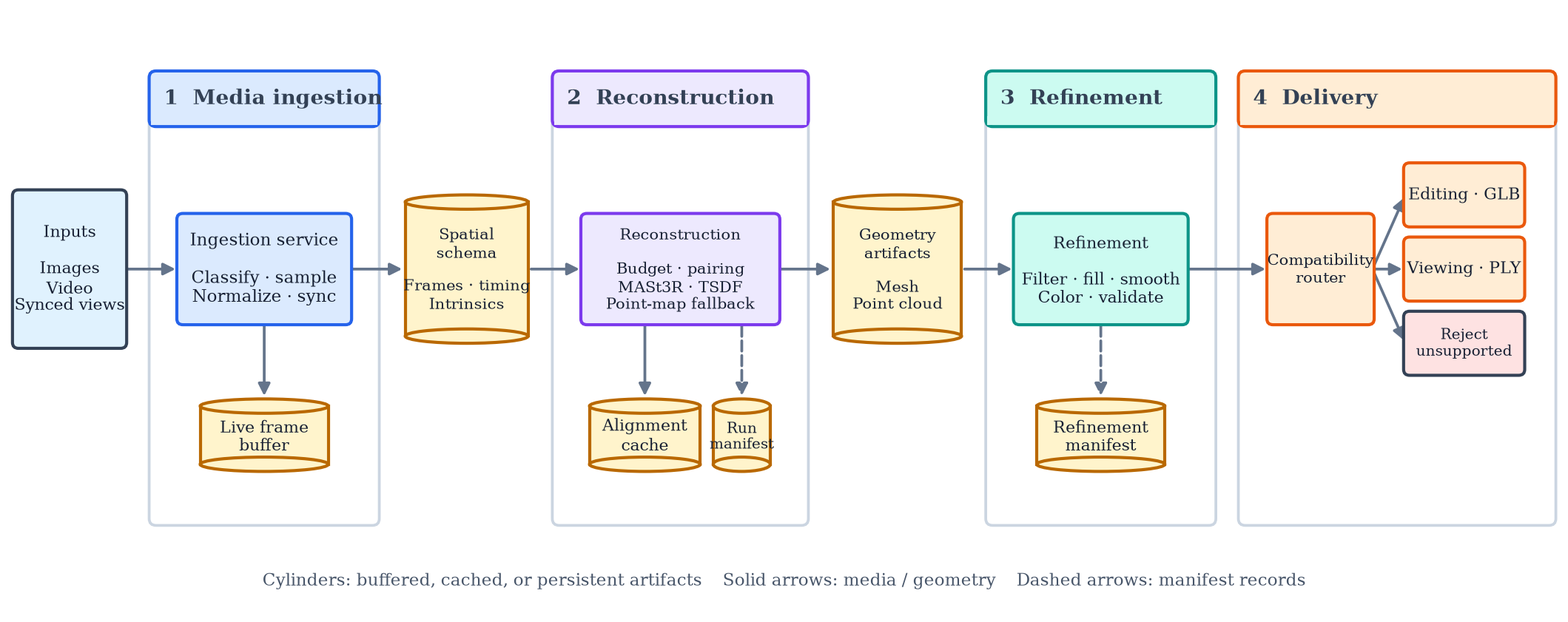
Earlier version of the Mermaid export paper/figures/fig1-overview.png (AyushK0808/z-shift). Its source is kept beside it as paper/diagrams/fig1-overview.mmd.
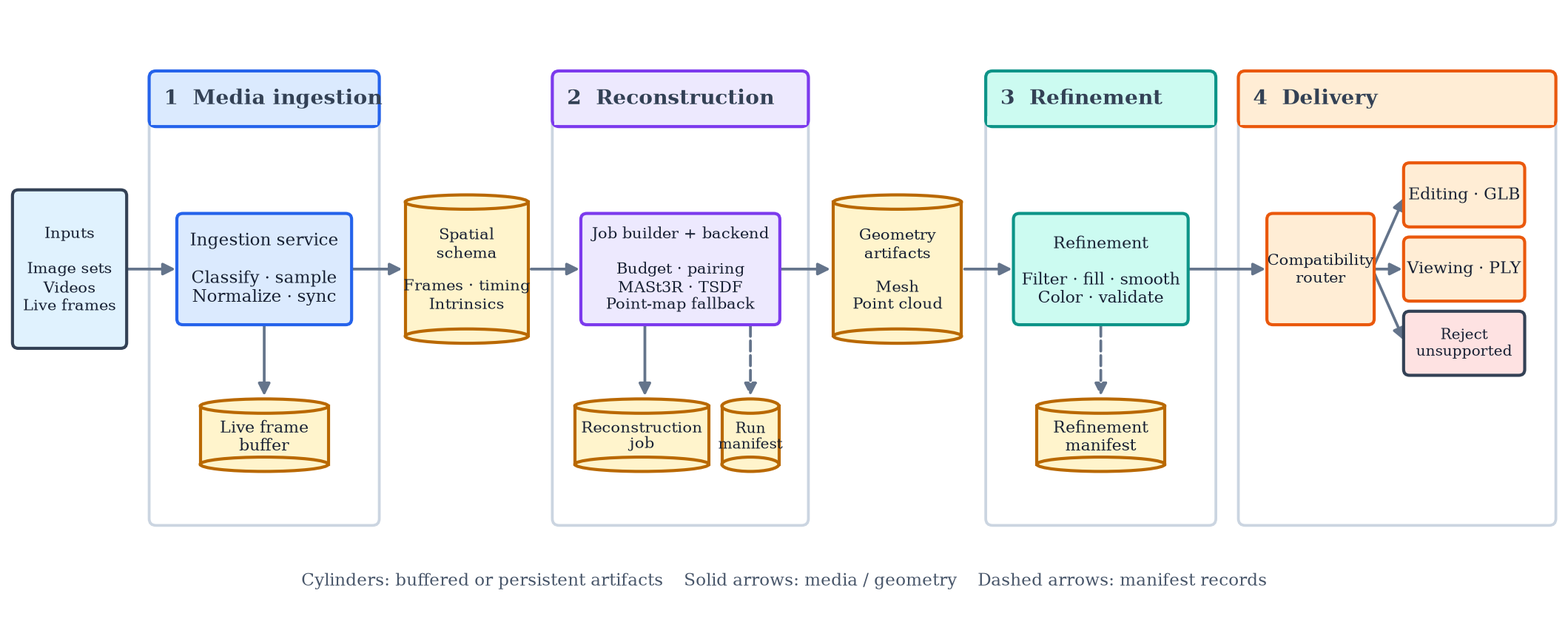
Above is the later version.

Commit message:
docs: integrate literature review and diagram fixes

Diff of the diagram source:
```diff
@@ -5,7 +5,7 @@
     nodeSpacing: 18
 ---
 flowchart LR
-  SRC["Inputs<br/>images · video<br/>synchronized views"]
+  SRC["Inputs<br/>image sets · videos<br/>live frames"]
 
   subgraph S1["1  Media ingestion"]
     direction TB
@@ -18,10 +18,10 @@
 
   subgraph S2["2  Reconstruction"]
     direction TB
-    REC["Reconstruction<br/>budget · pairing<br/>MASt3R · TSDF<br/>point-map fallback"]
-    CACHE[("Alignment cache")]
+    REC["Job builder + backend<br/>budget · pairing<br/>MASt3R · TSDF<br/>point-map fallback"]
+    JOB[("Reconstruction job")]
     RUN[("Run manifest")]
-    REC --> CACHE
+    REC --> JOB
     REC -.-> RUN
   end
 
@@ -60,5 +60,5 @@
   class REC recon
   class REF refine
   class ROUTE,EDIT,VIEW deliver
-  class BUF,SCHEMA,CACHE,RUN,GEO,RMAN store
+  class BUF,SCHEMA,JOB,RUN,GEO,RMAN store
   class DENY reject
```
